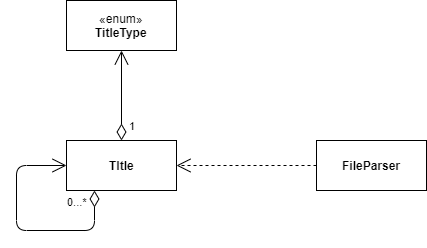
Before: Images/DiagramaUML.png, a diagram exported from draw.io (RodrigoPrinheiro/LP2_P1). Source tidied: cells renumbered, new cells last; positions are measured from the earlier drawing's top-left corner, leaving out a move shared by most shapes.
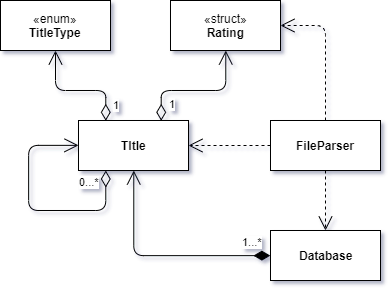
After the commit.

Diff of the diagram source:
```diff
@@ -3,19 +3,19 @@
     <mxCell id="0" />
     <mxCell id="1" parent="0" />
     <mxCell id="2" value="«enum»&lt;br&gt;&lt;b&gt;TitleType&lt;/b&gt;" style="html=1;" parent="1" vertex="1">
-      <mxGeometry x="50" width="110" height="50" as="geometry" />
+      <mxGeometry x="-28" y="20" width="110" height="50" as="geometry" />
     </mxCell>
     <mxCell id="3" value="&lt;b&gt;TItle&lt;br&gt;&lt;/b&gt;" style="html=1;" parent="1" vertex="1">
       <mxGeometry x="50" y="140" width="110" height="50" as="geometry" />
     </mxCell>
     <mxCell id="4" value="&lt;b&gt;FileParser&lt;/b&gt;" style="html=1;" parent="1" vertex="1">
-      <mxGeometry x="300" y="140" width="110" height="50" as="geometry" />
+      <mxGeometry x="242" y="140" width="110" height="50" as="geometry" />
     </mxCell>
-    <mxCell id="5" value="1" style="endArrow=open;html=1;endSize=12;startArrow=diamondThin;startSize=14;startFill=0;edgeStyle=orthogonalEdgeStyle;align=left;verticalAlign=bottom;exitX=0.5;exitY=0;exitDx=0;exitDy=0;entryX=0.5;entryY=1;entryDx=0;entryDy=0;" parent="1" edge="1" source="3" target="2">
+    <mxCell id="5" value="1" style="endArrow=open;html=1;endSize=12;startArrow=diamondThin;startSize=14;startFill=0;edgeStyle=orthogonalEdgeStyle;align=left;verticalAlign=bottom;exitX=0.75;exitY=0;exitDx=0;exitDy=0;" parent="1" edge="1" source="3" target="10">
       <mxGeometry x="-0.87" y="-6" relative="1" as="geometry">
         <Array as="points">
-          <mxPoint x="105" y="50" />
-          <mxPoint x="105" y="50" />
+          <mxPoint x="133" y="110" />
+          <mxPoint x="197" y="110" />
         </Array>
       </mxGeometry>
     </mxCell>
@@ -31,5 +31,32 @@
     <mxCell id="7" style="endArrow=open;endSize=12;dashed=1;html=1;exitX=0;exitY=0.5;exitDx=0;exitDy=0;entryX=1;entryY=0.5;entryDx=0;entryDy=0;" parent="1" edge="1" source="4" target="3">
       <mxGeometry y="-25" relative="1" as="geometry" />
     </mxCell>
+    <mxCell id="8" value="&lt;br&gt;" style="endArrow=open;endSize=12;dashed=1;html=1;exitX=0.5;exitY=1;exitDx=0;exitDy=0;" parent="1" edge="1" source="4" target="9">
+      <mxGeometry x="-0.33" y="5" relative="1" as="geometry" />
+    </mxCell>
+    <mxCell id="9" value="&lt;b&gt;Database&lt;br&gt;&lt;/b&gt;" style="html=1;" parent="1" vertex="1">
+      <mxGeometry x="242" y="250" width="110" height="50" as="geometry" />
+    </mxCell>
+    <mxCell id="10" value="«struct»&lt;br&gt;&lt;b&gt;Rating&lt;/b&gt;" style="html=1;" parent="1" vertex="1">
+      <mxGeometry x="142" y="20" width="110" height="50" as="geometry" />
+    </mxCell>
+    <mxCell id="11" value="1" style="endArrow=open;html=1;endSize=12;startArrow=diamondThin;startSize=14;startFill=0;edgeStyle=orthogonalEdgeStyle;align=left;verticalAlign=bottom;exitX=0.25;exitY=0;exitDx=0;exitDy=0;entryX=0.5;entryY=1;entryDx=0;entryDy=0;" parent="1" edge="1" source="3" target="2">
+      <mxGeometry x="-0.87" y="-6" relative="1" as="geometry">
+        <Array as="points">
+          <mxPoint x="78" y="110" />
+          <mxPoint x="27" y="110" />
+        </Array>
+      </mxGeometry>
+    </mxCell>
+    <mxCell id="12" style="endArrow=open;endSize=12;dashed=1;html=1;exitX=0.5;exitY=0;exitDx=0;exitDy=0;entryX=1;entryY=0.5;entryDx=0;entryDy=0;" parent="1" edge="1" source="4" target="10">
+      <mxGeometry y="-25" relative="1" as="geometry">
+        <Array as="points">
+          <mxPoint x="297" y="45" />
+        </Array>
+      </mxGeometry>
+    </mxCell>
+    <mxCell id="13" value="1...*" style="endArrow=open;html=1;endSize=12;startArrow=diamondThin;startSize=14;startFill=1;edgeStyle=orthogonalEdgeStyle;align=left;verticalAlign=bottom;exitX=0;exitY=0.5;exitDx=0;exitDy=0;entryX=0.5;entryY=1;entryDx=0;entryDy=0;" parent="1" edge="1" source="9" target="3">
+      <mxGeometry x="-0.73" y="-5" relative="1" as="geometry" />
+    </mxCell>
   </root>
 </mxGraphModel>
```
